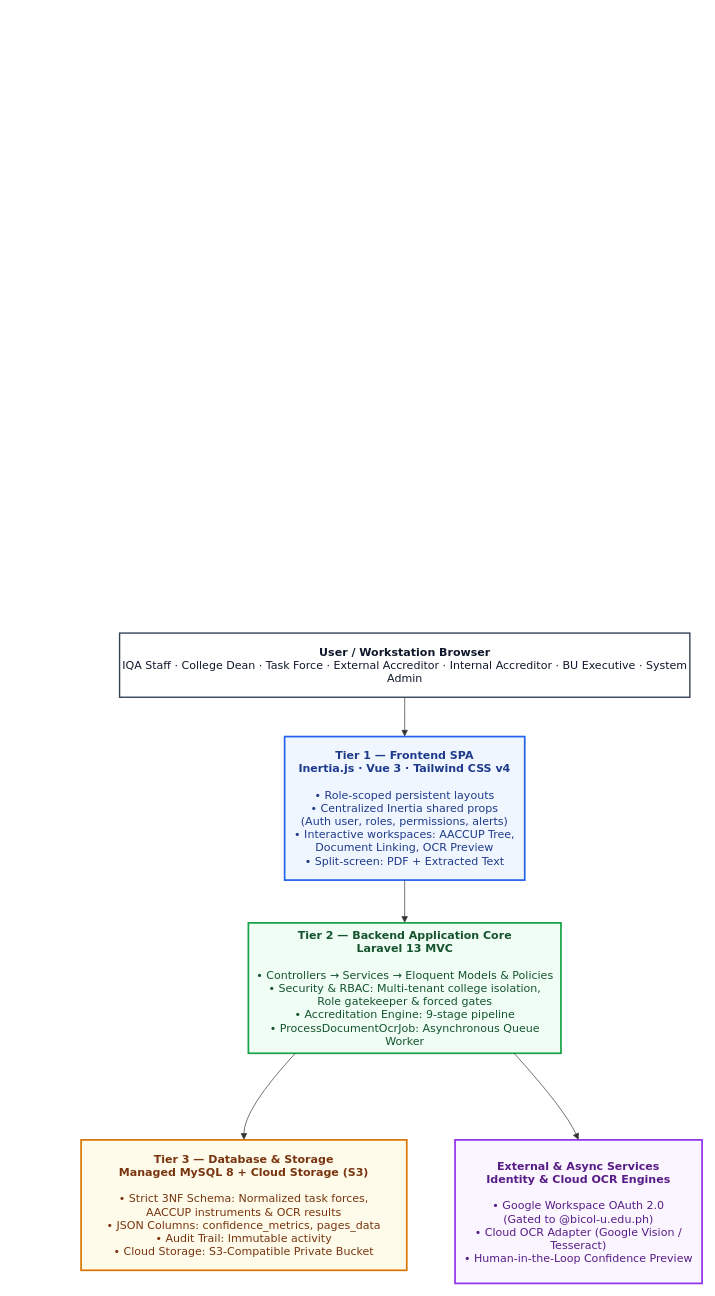
This is v2/docs/system-architecture/architecture diagram.drawio.xml from CCVillanueva02/iqarchive-capstone-figma, a draw.io file, before an edit. Source tidied: cells renumbered, new cells numbered last; positions are measured from the earlier drawing's top-left corner, leaving out a move shared by most shapes. Both pictures are drawn from the tidied source at 69%, with x=0, y=0 at pixel (12, 12).
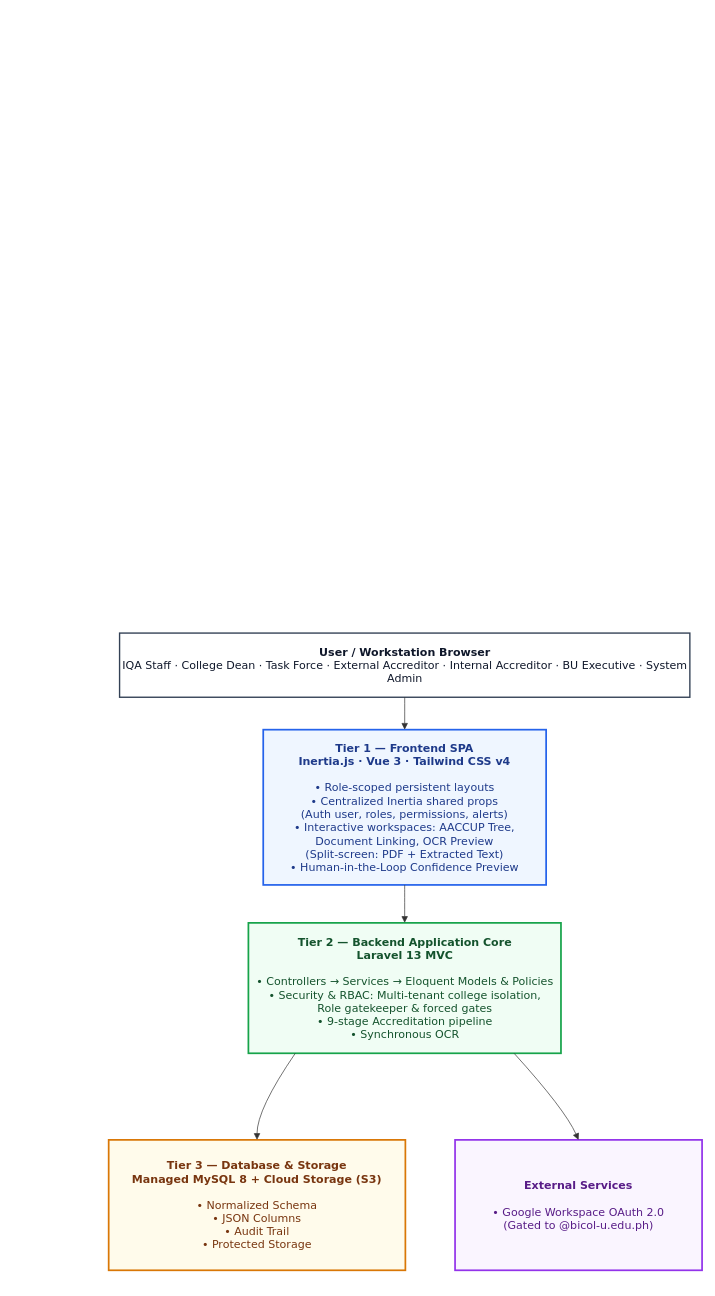
Above is the later version.

Commit message (it also covers changes not shown here):
docs(arch): update 5-box system architecture with synchronous OCR and cloud storage

Change to the diagram source:
```diff
@@
 <mxGraphModel>
   <root>
     <mxCell id="0" />
     <mxCell id="1" parent="0" />
     <mxCell id="2" style="group;transparentBounds=1;editIcon=1;lockedGroup=0;groupPadding=10;" parent="1" vertex="1">
       <mxGeometry as="geometry" />
     </mxCell>
     <mxCell id="3" value="&lt;b&gt;User / Workstation Browser&lt;/b&gt;&lt;br&gt;IQA Staff · College Dean · Task Force · External Accreditor · Internal Accreditor · BU Executive · System Admin" style="html=1;whiteSpace=wrap;strokeWidth=2;fillColor=default;strokeColor=#334155;fontColor=#0f172a;fontFamily=Trebuchet MS,Verdana,Arial,sans-serif;fontSize=16;" parent="2" vertex="1">
       <mxGeometry x="155.8" y="900" width="826.5" height="93" as="geometry" />
     </mxCell>
-    <mxCell id="4" value="&lt;b&gt;Tier 1 — Frontend SPA&lt;/b&gt;&#10;&lt;b&gt;Inertia.js · Vue 3 · Tailwind CSS v4&lt;/b&gt;&#10;&#10;• Role-scoped persistent layouts&#10;• Centralized Inertia shared props&#10;(Auth user, roles, permissions, alerts)&#10;• Interactive workspaces: AACCUP Tree,&#10;Document Linking, OCR Preview&#10;• Split-screen: PDF + Extracted Text" style="html=1;whiteSpace=wrap;strokeWidth=2.5;fillColor=#eff6ff;strokeColor=#2563eb;fontColor=#1e3a8a;fontFamily=Trebuchet MS,Verdana,Arial,sans-serif;fontSize=16;" parent="2" vertex="1">
-      <mxGeometry x="395" y="1050" width="348" height="208" as="geometry" />
+    <mxCell id="4" value="&lt;b&gt;Tier 1 — Frontend SPA&lt;/b&gt;&lt;br&gt;&lt;b&gt;Inertia.js · Vue 3 · Tailwind CSS v4&lt;/b&gt;&lt;br&gt;&lt;br&gt;• Role-scoped persistent layouts&lt;br&gt;• Centralized Inertia shared props&lt;br&gt;(Auth user, roles, permissions, alerts)&lt;br&gt;• Interactive workspaces: AACCUP Tree,&lt;br&gt;Document Linking, OCR Preview&lt;br&gt;(Split-screen: PDF + Extracted Text)&lt;br&gt;• Human-in-the-Loop Confidence Preview" style="html=1;whiteSpace=wrap;strokeWidth=2.5;fillColor=#eff6ff;strokeColor=#2563eb;fontColor=#1e3a8a;fontFamily=Trebuchet MS,Verdana,Arial,sans-serif;fontSize=16;" parent="2" vertex="1">
+      <mxGeometry x="364" y="1040" width="410" height="225" as="geometry" />
     </mxCell>
-    <mxCell id="5" value="&lt;b&gt;Tier 2 — Backend Application Core&lt;/b&gt;&lt;br&gt;&lt;b&gt;Laravel 13 MVC&lt;/b&gt;&lt;br&gt;&lt;br&gt;• Controllers → Services → Eloquent Models &amp;amp; Policies&lt;br&gt;• Security &amp;amp; RBAC: Multi-tenant college isolation,&lt;br&gt;Role gatekeeper &amp;amp; forced gates&lt;br&gt;• Accreditation Engine: 9-stage pipeline&lt;br&gt;• ProcessDocumentOcrJob: Asynchronous Queue Worker" style="html=1;whiteSpace=wrap;strokeWidth=2.5;fillColor=#f0fdf4;strokeColor=#16a34a;fontColor=#14532d;fontFamily=Trebuchet MS,Verdana,Arial,sans-serif;fontSize=16;" parent="2" vertex="1">
+    <mxCell id="5" value="&lt;b&gt;Tier 2 — Backend Application Core&lt;/b&gt;&lt;br&gt;&lt;b&gt;Laravel 13 MVC&lt;/b&gt;&lt;br&gt;&lt;br&gt;• Controllers → Services → Eloquent Models &amp;amp; Policies&lt;br&gt;• Security &amp;amp; RBAC: Multi-tenant college isolation,&lt;br&gt;Role gatekeeper &amp;amp; forced gates&lt;br&gt;• 9-stage Accreditation pipeline&lt;br&gt;• Synchronous OCR" style="html=1;whiteSpace=wrap;strokeWidth=2.5;fillColor=#f0fdf4;strokeColor=#16a34a;fontColor=#14532d;fontFamily=Trebuchet MS,Verdana,Arial,sans-serif;fontSize=16;" parent="2" vertex="1">
       <mxGeometry x="342.5" y="1320" width="453" height="189" as="geometry" />
     </mxCell>
-    <mxCell id="6" value="&lt;b&gt;Tier 3 — Database &amp;amp; Storage&lt;/b&gt;&lt;br&gt;&lt;b&gt;Managed MySQL 8 + Cloud Storage (S3)&lt;/b&gt;&lt;br&gt;&lt;br&gt;• Strict 3NF Schema: Normalized task forces,&lt;br&gt;AACCUP instruments &amp;amp; OCR results&lt;br&gt;• JSON Columns: confidence_metrics, pages_data&lt;br&gt;• Audit Trail: Immutable activity&lt;br&gt;• Cloud Storage: S3-Compatible Private Bucket" style="html=1;whiteSpace=wrap;strokeWidth=2.5;fillColor=#fffbeb;strokeColor=#d97706;fontColor=#78350f;fontFamily=Trebuchet MS,Verdana,Arial,sans-serif;fontSize=16;" parent="2" vertex="1">
-      <mxGeometry x="100" y="1634.5" width="472" height="189" as="geometry" />
+    <mxCell id="6" value="&lt;b&gt;Tier 3 — Database &amp;amp; Storage&lt;/b&gt;&lt;br&gt;&lt;b&gt;Managed MySQL 8 + Cloud Storage (S3)&lt;/b&gt;&lt;br&gt;&lt;br&gt;• Normalized Schema&lt;br&gt;• JSON Columns&lt;br&gt;• Audit Trail&lt;br&gt;• Protected Storage" style="html=1;whiteSpace=wrap;strokeWidth=2.5;fillColor=#fffbeb;strokeColor=#d97706;fontColor=#78350f;fontFamily=Trebuchet MS,Verdana,Arial,sans-serif;fontSize=16;" parent="2" vertex="1">
+      <mxGeometry x="140" y="1634.5" width="430" height="189" as="geometry" />
     </mxCell>
-    <mxCell id="7" value="&lt;b&gt;External &amp;amp; Async Services&lt;/b&gt;&lt;br&gt;&lt;b&gt;Identity &amp;amp; Cloud OCR Engines&lt;/b&gt;&lt;br&gt;&lt;br&gt;• Google Workspace OAuth 2.0&lt;br&gt;(Gated to @bicol-u.edu.ph)&lt;br&gt;&lt;div&gt;• Cloud OCR Adapter (Google Vision / Tesseract)&lt;/div&gt;• Human-in-the-Loop Confidence Preview" style="html=1;whiteSpace=wrap;strokeWidth=2.5;fillColor=#faf5ff;strokeColor=#9333ea;fontColor=#581c87;fontFamily=Trebuchet MS,Verdana,Arial,sans-serif;fontSize=16;" parent="2" vertex="1">
-      <mxGeometry x="642" y="1634.5" width="358" height="208" as="geometry" />
+    <mxCell id="7" value="&lt;b&gt;External Services&lt;/b&gt;&lt;br&gt;&lt;br&gt;• Google Workspace OAuth 2.0&lt;br&gt;(Gated to @bicol-u.edu.ph)" style="html=1;whiteSpace=wrap;strokeWidth=2.5;fillColor=#faf5ff;strokeColor=#9333ea;fontColor=#581c87;fontFamily=Trebuchet MS,Verdana,Arial,sans-serif;fontSize=16;" parent="2" vertex="1">
+      <mxGeometry x="642" y="1634.5" width="358" height="189" as="geometry" />
     </mxCell>
     <mxCell id="8" style="curved=1;startArrow=none;endArrow=block;endSize=7;strokeColor=light-dark(#333333,#cccccc);html=1;fontSize=16;labelBackgroundColor=light-dark(#E8E8E88D,#2a2a2a8D);fontFamily=Trebuchet MS,Verdana,Arial,sans-serif;fontColor=light-dark(#333333,#cccccc);exitX=0.5;exitY=1;entryX=0.5;entryY=0;rounded=0;" parent="2" edge="1" source="3" target="4">
       <mxGeometry relative="1" as="geometry" />
     </mxCell>
     <mxCell id="9" style="curved=1;startArrow=none;endArrow=block;endSize=7;strokeColor=light-dark(#333333,#cccccc);html=1;fontSize=16;labelBackgroundColor=light-dark(#E8E8E88D,#2a2a2a8D);fontFamily=Trebuchet MS,Verdana,Arial,sans-serif;fontColor=light-dark(#333333,#cccccc);exitX=0.5;exitY=1;entryX=0.5;entryY=0;rounded=0;" parent="2" edge="1" source="4" target="5">
-      <mxGeometry x="-0.15" y="1" relative="1" as="geometry" />
+      <mxGeometry relative="1" as="geometry" />
     </mxCell>
     <mxCell id="10" style="curved=1;startArrow=none;endArrow=block;endSize=7;strokeColor=light-dark(#333333,#cccccc);html=1;fontSize=16;labelBackgroundColor=light-dark(#E8E8E88D,#2a2a2a8D);fontFamily=Trebuchet MS,Verdana,Arial,sans-serif;fontColor=light-dark(#333333,#cccccc);exitX=0.15;exitY=1;entryX=0.5;entryY=0;rounded=0;" parent="2" edge="1" source="5" target="6">
       <mxGeometry relative="1" as="geometry">
         <Array as="points">
-          <mxPoint x="336" y="1590" />
+          <mxPoint x="355" y="1590" />
         </Array>
       </mxGeometry>
     </mxCell>
     <mxCell id="11" style="curved=1;startArrow=none;endArrow=block;endSize=7;strokeColor=light-dark(#333333,#cccccc);html=1;fontSize=16;labelBackgroundColor=light-dark(#E8E8E88D,#2a2a2a8D);fontFamily=Trebuchet MS,Verdana,Arial,sans-serif;fontColor=light-dark(#333333,#cccccc);exitX=0.85;exitY=1;entryX=0.5;entryY=0;rounded=0;" parent="2" edge="1" source="5" target="7">
       <mxGeometry relative="1" as="geometry">
         <Array as="points">
           <mxPoint x="801" y="1590" />
         </Array>
       </mxGeometry>
     </mxCell>
   </root>
 </mxGraphModel>
```
